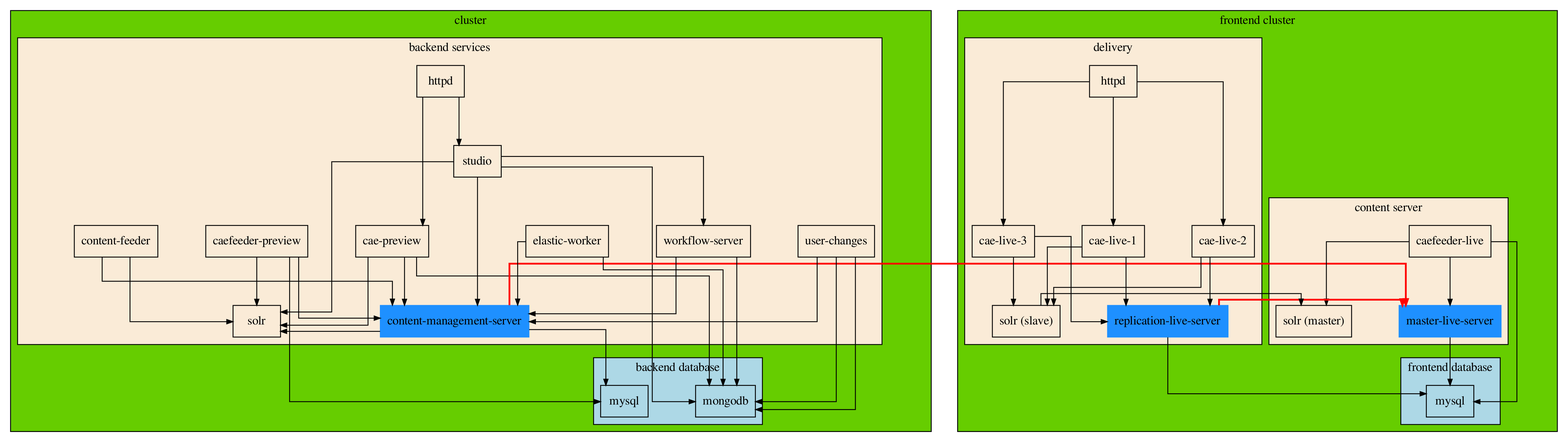
This is setup.png from bodsch/coremedia-environment, a Graphviz export, as it was before one commit. Its source is kept beside it as setup.dot.
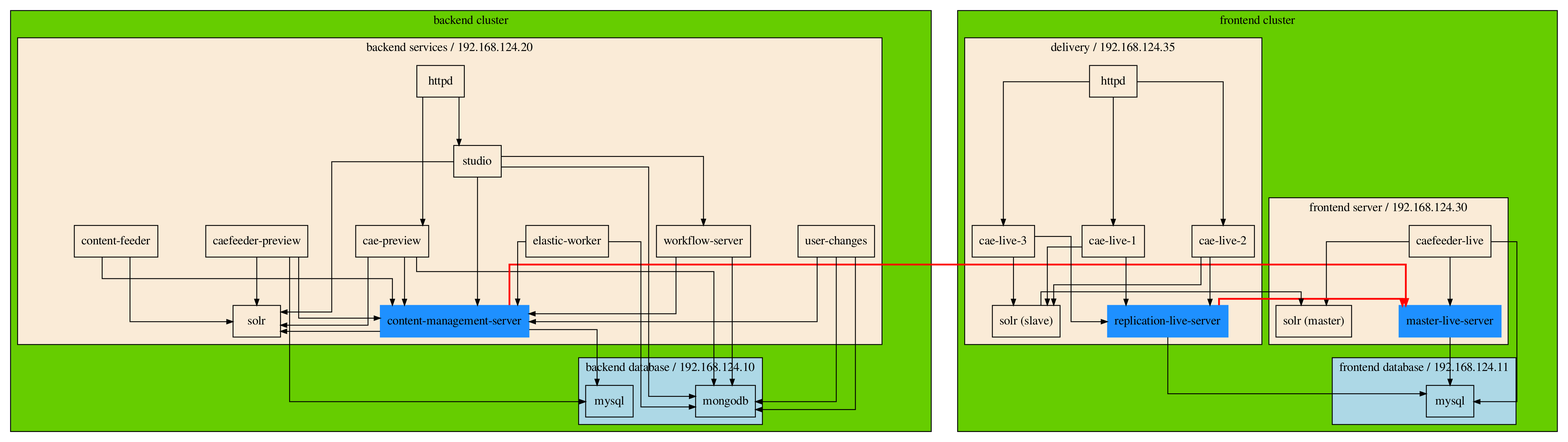
Above is the later version.

Diff of the diagram source:
```diff
@@ -19,12 +19,12 @@
 
   subgraph cluster_backend {
 
-    label   = "cluster"
+    label   = "backend cluster"
     bgcolor = chartreuse3
 
     subgraph cluster_backend_dba {
 
-      label    = "backend database"
+      label    = "backend database / 192.168.124.10"
       bgcolor  = lightblue
 
       mysql_be        [ label = "mysql" ]
@@ -33,7 +33,7 @@
 
     subgraph cluster_backend_server {
 
-      label    = "backend services"
+      label    = "backend services / 192.168.124.20"
       bgcolor  = antiquewhite
 
       httpd_be        [ label = "httpd" ]
@@ -82,7 +82,7 @@
 
     subgraph cluster_database_fe {
 
-      label    = "frontend database"
+      label    = "frontend database / 192.168.124.11"
       bgcolor  = lightblue
 
       mysql_fe         [ label = "mysql" ]
@@ -90,7 +90,7 @@
 
     subgraph cluster_content_server {
 
-      label   = "content server"
+      label   = "frontend server / 192.168.124.30"
       bgcolor = antiquewhite
 
       mls         [ label = "master-live-server" color = "dodgerblue" style = filled ]
@@ -108,7 +108,7 @@
 
     subgraph cluster_delivery {
 
-      label   = "delivery"
+      label   = "delivery / 192.168.124.35"
       bgcolor = antiquewhite
 
       httpd_fe      [ label = "httpd" ]
```
